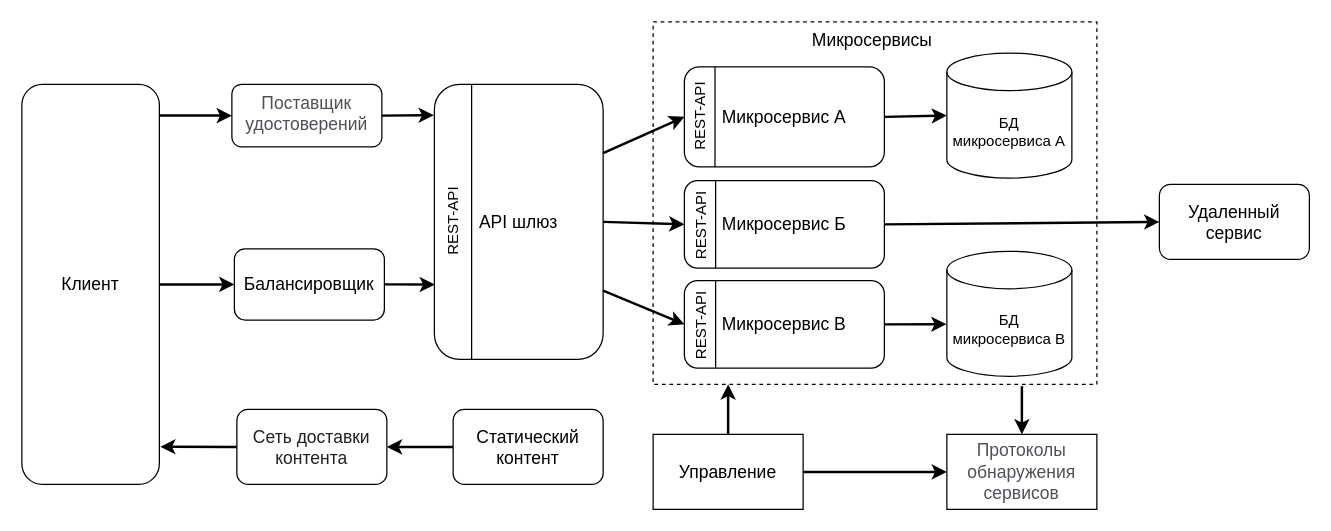
Earlier version of the draw.io diagram page "Рисунок 2" (2 of 2) of Диаграмма без названия.drawio (Vaynbaum/microservices-arc). Source tidied: cells renumbered, new cells numbered last; positions are measured from the earlier drawing's top-left corner, leaving out a move shared by most shapes. Both pictures are drawn from the tidied source at 125%, with x=0, y=0 at pixel (21, 21).
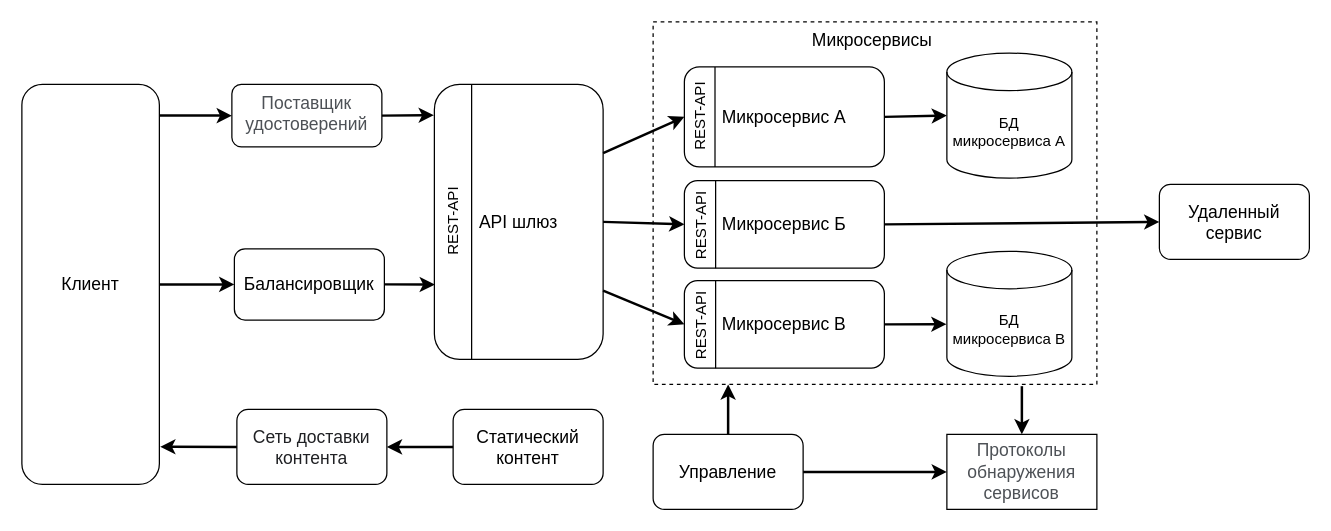
After the change.

What changed in the source:
```diff
@@
-    <mxCell id="20" value="Управление" style="rounded=0;whiteSpace=wrap;html=1;labelBackgroundColor=none;fontFamily=Helvetica;fontSize=14;fontColor=none;strokeColor=#000000;" parent="1" vertex="1">
+    <mxCell id="20" value="Управление" style="rounded=1;whiteSpace=wrap;html=1;labelBackgroundColor=none;fontFamily=Helvetica;fontSize=14;fontColor=none;strokeColor=#000000;" parent="1" vertex="1">
       <mxGeometry x="505" y="330" width="120" height="60" as="geometry" />
     </mxCell>
```
